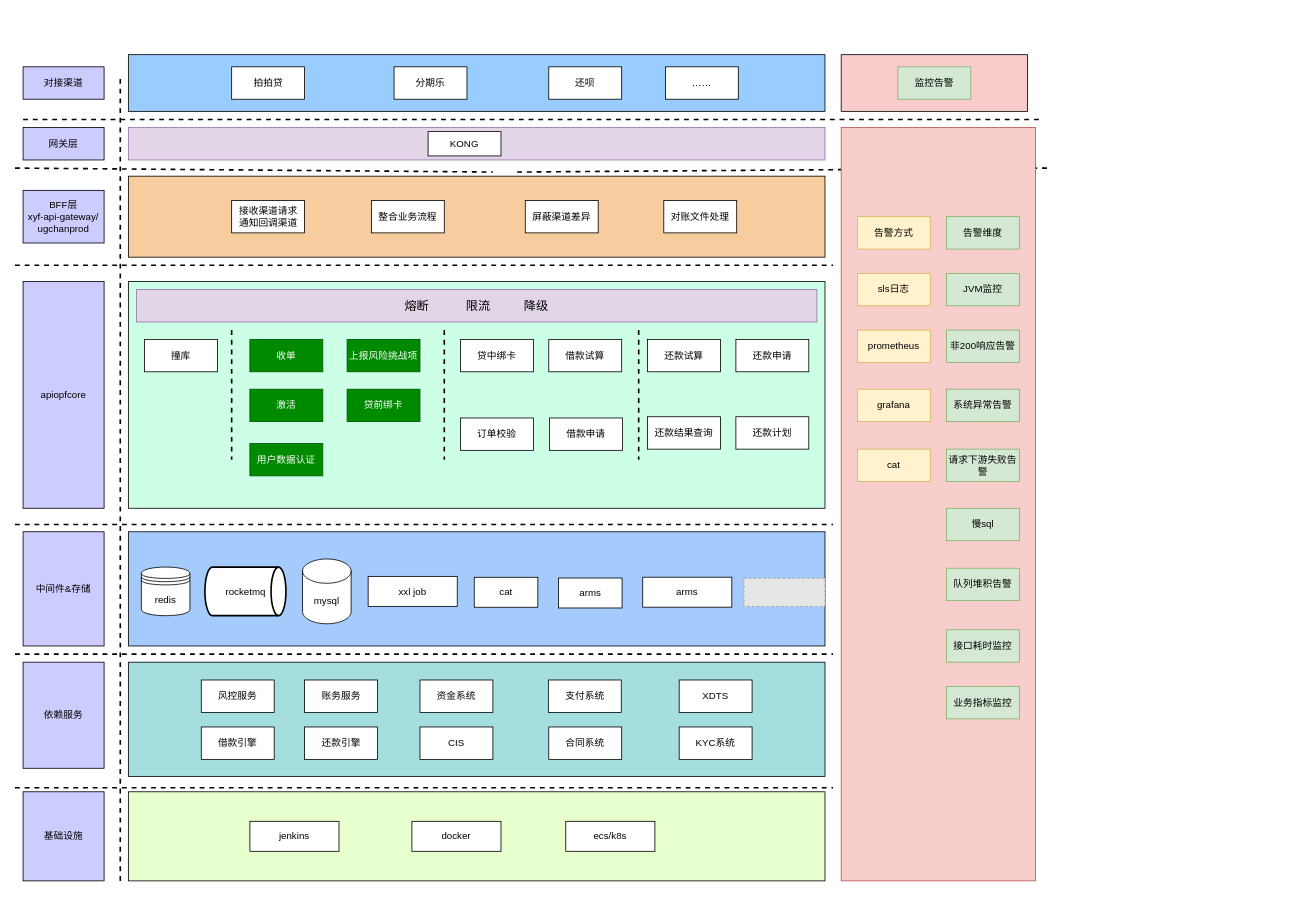
Earlier version of the draw.io diagram api产品中心-系统架构图.drawio (yuanlj-tea/picgo). Source tidied: cells renumbered, new cells numbered last; positions are measured from the earlier drawing's top-left corner, leaving out a move shared by most shapes. Both pictures are drawn from the tidied source at 81%, with x=0, y=0 at pixel (15, 54). Pictures stored in the file or linked from it are replaced by grey dashed boxes.
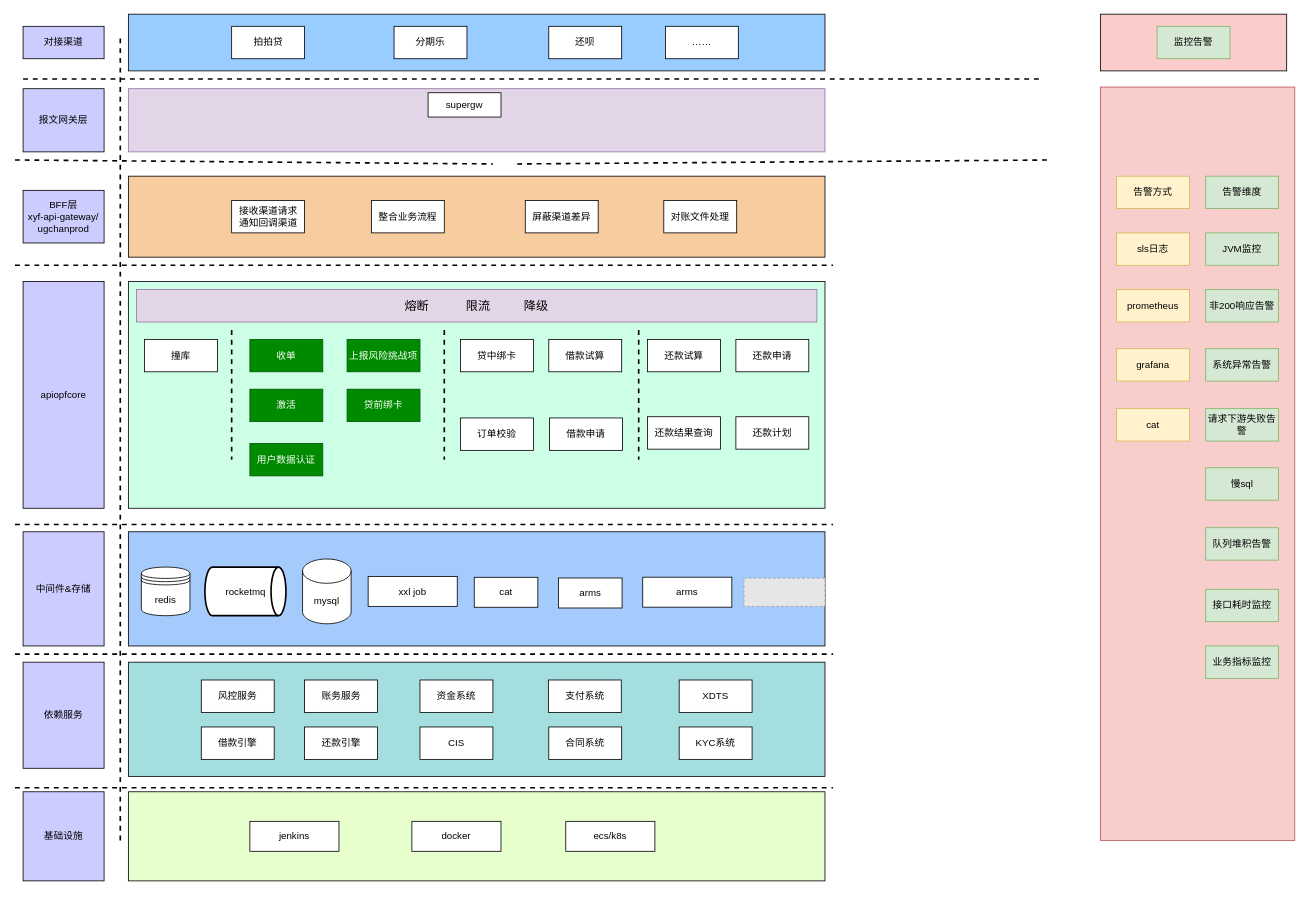
Above is the later version.

Commit message (it also covers changes not shown here):
更新api产品中心-系统架构图.drawio

The edit, as a diff of the source:
```diff
@@
     <mxCell id="3" style="rounded=0;whiteSpace=wrap;html=1;fillColor=#99CCFF;" parent="1" vertex="1">
-      <mxGeometry x="140" width="860" height="70" as="geometry" />
+      <mxGeometry x="140" y="-50" width="860" height="70" as="geometry" />
     </mxCell>
     <mxCell id="4" value="拍拍贷" style="rounded=0;whiteSpace=wrap;html=1;" parent="1" vertex="1">
-      <mxGeometry x="267.5" y="15" width="90" height="40" as="geometry" />
+      <mxGeometry x="267.5" y="-35" width="90" height="40" as="geometry" />
     </mxCell>
     <mxCell id="5" value="分期乐" style="rounded=0;whiteSpace=wrap;html=1;" parent="1" vertex="1">
-      <mxGeometry x="468" y="15" width="90" height="40" as="geometry" />
+      <mxGeometry x="468" y="-35" width="90" height="40" as="geometry" />
     </mxCell>
     <mxCell id="6" style="endArrow=none;dashed=1;html=1;rounded=0;strokeWidth=2;" parent="1" edge="1">
       <mxGeometry relative="1" as="geometry">
-        <mxPoint x="620" y="144.9" as="sourcePoint" />
-        <mxPoint x="1280" y="140" as="targetPoint" />
+        <mxPoint x="620" y="134.9" as="sourcePoint" />
+        <mxPoint x="1280" y="130" as="targetPoint" />
       </mxGeometry>
     </mxCell>
     <mxCell id="7" style="endArrow=none;dashed=1;html=1;rounded=0;strokeWidth=2;" parent="1" edge="1">
       <mxGeometry relative="1" as="geometry">
-        <mxPoint x="130" y="30" as="sourcePoint" />
-        <mxPoint x="130" y="1020" as="targetPoint" />
+        <mxPoint x="130" y="-20" as="sourcePoint" />
+        <mxPoint x="130" y="970" as="targetPoint" />
       </mxGeometry>
     </mxCell>
@@
     <mxCell id="12" style="rounded=0;whiteSpace=wrap;html=1;fillColor=#FBCCCC;" parent="1" vertex="1">
-      <mxGeometry x="1020" width="230" height="70" as="geometry" />
+      <mxGeometry x="1340" y="-50" width="230" height="70" as="geometry" />
     </mxCell>
     <mxCell id="13" value="监控告警" style="rounded=0;whiteSpace=wrap;html=1;fillColor=#d5e8d4;strokeColor=#82b366;" parent="1" vertex="1">
-      <mxGeometry x="1090" y="15" width="90" height="40" as="geometry" />
+      <mxGeometry x="1410" y="-35" width="90" height="40" as="geometry" />
     </mxCell>
@@
     <mxCell id="15" style="rounded=0;whiteSpace=wrap;html=1;fillColor=#f8cecc;strokeColor=#b85450;" parent="1" vertex="1">
-      <mxGeometry x="1020" y="90" width="240" height="930" as="geometry" />
+      <mxGeometry x="1340" y="40" width="240" height="930" as="geometry" />
     </mxCell>
@@
     <mxCell id="20" value="sls日志" style="rounded=0;whiteSpace=wrap;html=1;fillColor=#fff2cc;strokeColor=#d6b656;" parent="1" vertex="1">
-      <mxGeometry x="1040" y="270" width="90" height="40" as="geometry" />
+      <mxGeometry x="1360" y="220" width="90" height="40" as="geometry" />
     </mxCell>
     <mxCell id="21" value="非200响应告警" style="rounded=0;whiteSpace=wrap;html=1;fillColor=#d5e8d4;strokeColor=#82b366;" parent="1" vertex="1">
-      <mxGeometry x="1150" y="340" width="90" height="40" as="geometry" />
+      <mxGeometry x="1470" y="290" width="90" height="40" as="geometry" />
     </mxCell>
     <mxCell id="22" value="请求下游失败告警" style="rounded=0;whiteSpace=wrap;html=1;fillColor=#d5e8d4;strokeColor=#82b366;" parent="1" vertex="1">
-      <mxGeometry x="1150" y="487" width="90" height="40" as="geometry" />
+      <mxGeometry x="1470" y="437" width="90" height="40" as="geometry" />
     </mxCell>
     <mxCell id="23" value="prometheus" style="rounded=0;whiteSpace=wrap;html=1;fillColor=#fff2cc;strokeColor=#d6b656;" parent="1" vertex="1">
-      <mxGeometry x="1040" y="340" width="90" height="40" as="geometry" />
+      <mxGeometry x="1360" y="290" width="90" height="40" as="geometry" />
     </mxCell>
     <mxCell id="24" value="grafana" style="rounded=0;whiteSpace=wrap;html=1;fillColor=#fff2cc;strokeColor=#d6b656;" parent="1" vertex="1">
-      <mxGeometry x="1040" y="413" width="90" height="40" as="geometry" />
+      <mxGeometry x="1360" y="363" width="90" height="40" as="geometry" />
     </mxCell>
     <mxCell id="25" value="cat" style="rounded=0;whiteSpace=wrap;html=1;fillColor=#fff2cc;strokeColor=#d6b656;" parent="1" vertex="1">
-      <mxGeometry x="1040" y="487" width="90" height="40" as="geometry" />
+      <mxGeometry x="1360" y="437" width="90" height="40" as="geometry" />
     </mxCell>
     <mxCell id="26" value="慢sql" style="rounded=0;whiteSpace=wrap;html=1;fillColor=#d5e8d4;strokeColor=#82b366;" parent="1" vertex="1">
-      <mxGeometry x="1150" y="560" width="90" height="40" as="geometry" />
+      <mxGeometry x="1470" y="510" width="90" height="40" as="geometry" />
     </mxCell>
     <mxCell id="27" value="队列堆积告警" style="rounded=0;whiteSpace=wrap;html=1;fillColor=#d5e8d4;strokeColor=#82b366;" parent="1" vertex="1">
-      <mxGeometry x="1150" y="634" width="90" height="40" as="geometry" />
+      <mxGeometry x="1470" y="584" width="90" height="40" as="geometry" />
     </mxCell>
@@
     <mxCell id="40" value="接口耗时监控" style="rounded=0;whiteSpace=wrap;html=1;fillColor=#d5e8d4;strokeColor=#82b366;" parent="1" vertex="1">
-      <mxGeometry x="1150" y="710" width="90" height="40" as="geometry" />
+      <mxGeometry x="1470" y="660" width="90" height="40" as="geometry" />
     </mxCell>
     <mxCell id="41" value="系统异常告警" style="rounded=0;whiteSpace=wrap;html=1;fillColor=#d5e8d4;strokeColor=#82b366;" parent="1" vertex="1">
-      <mxGeometry x="1150" y="413" width="90" height="40" as="geometry" />
+      <mxGeometry x="1470" y="363" width="90" height="40" as="geometry" />
     </mxCell>
@@
     <mxCell id="50" value="业务指标监控" style="rounded=0;whiteSpace=wrap;html=1;fillColor=#d5e8d4;strokeColor=#82b366;" parent="1" vertex="1">
-      <mxGeometry x="1150" y="780" width="90" height="40" as="geometry" />
+      <mxGeometry x="1470" y="730" width="90" height="40" as="geometry" />
     </mxCell>
     <mxCell id="51" value="JVM监控" style="rounded=0;whiteSpace=wrap;html=1;fillColor=#d5e8d4;strokeColor=#82b366;" parent="1" vertex="1">
-      <mxGeometry x="1150" y="270" width="90" height="40" as="geometry" />
+      <mxGeometry x="1470" y="220" width="90" height="40" as="geometry" />
     </mxCell>
     <mxCell id="52" value="对接渠道" style="rounded=0;whiteSpace=wrap;html=1;fillColor=#CCCCFF;" parent="1" vertex="1">
-      <mxGeometry x="10" y="15" width="100" height="40" as="geometry" />
+      <mxGeometry x="10" y="-35" width="100" height="40" as="geometry" />
     </mxCell>
     <mxCell id="53" value="告警方式" style="rounded=0;whiteSpace=wrap;html=1;fillColor=#fff2cc;strokeColor=#d6b656;" parent="1" vertex="1">
-      <mxGeometry x="1040" y="200" width="90" height="40" as="geometry" />
+      <mxGeometry x="1360" y="150" width="90" height="40" as="geometry" />
     </mxCell>
     <mxCell id="54" value="告警维度" style="rounded=0;whiteSpace=wrap;html=1;fillColor=#d5e8d4;strokeColor=#82b366;" parent="1" vertex="1">
-      <mxGeometry x="1150" y="200" width="90" height="40" as="geometry" />
+      <mxGeometry x="1470" y="150" width="90" height="40" as="geometry" />
     </mxCell>
     <mxCell id="55" value="还呗" style="rounded=0;whiteSpace=wrap;html=1;" parent="1" vertex="1">
-      <mxGeometry x="659" y="15" width="90" height="40" as="geometry" />
+      <mxGeometry x="659" y="-35" width="90" height="40" as="geometry" />
     </mxCell>
     <mxCell id="56" value="……" style="rounded=0;whiteSpace=wrap;html=1;" parent="1" vertex="1">
-      <mxGeometry x="803" y="15" width="90" height="40" as="geometry" />
+      <mxGeometry x="803" y="-35" width="90" height="40" as="geometry" />
     </mxCell>
@@
     <mxCell id="76" style="endArrow=none;dashed=1;html=1;rounded=0;strokeWidth=2;" parent="1" edge="1">
       <mxGeometry relative="1" as="geometry">
-        <mxPoint y="140" as="sourcePoint" />
-        <mxPoint x="590" y="144.9" as="targetPoint" />
+        <mxPoint y="130" as="sourcePoint" />
+        <mxPoint x="590" y="134.9" as="targetPoint" />
       </mxGeometry>
     </mxCell>
     <mxCell id="77" style="fillColor=#E6E6E6;strokeColor=#999999;dashed=1;verticalLabelPosition=bottom;labelBackgroundColor=default;verticalAlign=top;" parent="1" vertex="1">
-      <mxGeometry x="900" y="646.4" width="100" height="34.8" as="geometry" />
+      <mxGeometry x="900" y="646.3" width="100" height="34.8" as="geometry" />
     </mxCell>
     <mxCell id="78" style="endArrow=none;dashed=1;html=1;rounded=0;strokeWidth=2;" parent="1" edge="1">
       <mxGeometry relative="1" as="geometry">
-        <mxPoint x="10" y="80" as="sourcePoint" />
-        <mxPoint x="1270" y="80" as="targetPoint" />
+        <mxPoint x="10" y="30" as="sourcePoint" />
+        <mxPoint x="1270" y="30" as="targetPoint" />
       </mxGeometry>
     </mxCell>
     <mxCell id="79" style="rounded=0;whiteSpace=wrap;html=1;fillColor=#e1d5e7;strokeColor=#9673a6;" parent="1" vertex="1">
-      <mxGeometry x="140" y="90" width="860" height="40" as="geometry" />
+      <mxGeometry x="140" y="42" width="860" height="78" as="geometry" />
     </mxCell>
-    <mxCell id="80" value="网关层" style="rounded=0;whiteSpace=wrap;html=1;fillColor=#CCCCFF;" parent="1" vertex="1">
-      <mxGeometry x="10" y="90" width="100" height="40" as="geometry" />
+    <mxCell id="80" value="报文网关层" style="rounded=0;whiteSpace=wrap;html=1;fillColor=#CCCCFF;" parent="1" vertex="1">
+      <mxGeometry x="10" y="42" width="100" height="78" as="geometry" />
     </mxCell>
-    <mxCell id="81" value="KONG" style="rounded=0;whiteSpace=wrap;html=1;" parent="1" vertex="1">
-      <mxGeometry x="510" y="95" width="90" height="30" as="geometry" />
+    <mxCell id="81" value="supergw" style="rounded=0;whiteSpace=wrap;html=1;" parent="1" vertex="1">
+      <mxGeometry x="510" y="47" width="90" height="30" as="geometry" />
     </mxCell>
```
